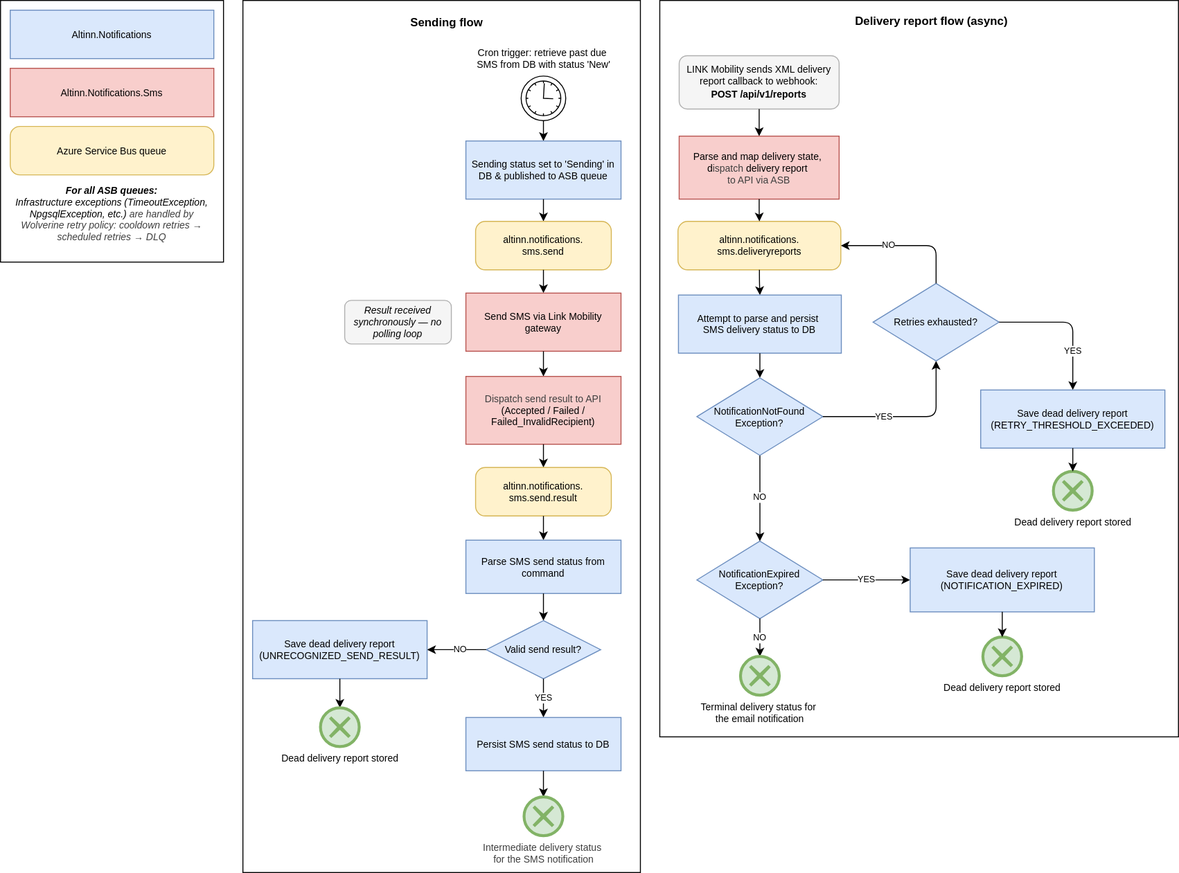
Earlier version of the draw.io export docs/architecture/diagrams/flowchart-sms-notifications-process.svg (Altinn/altinn-notifications). Source tidied: cells renumbered, new cells last; positions are measured from the earlier drawing's top-left corner, leaving out a move shared by most shapes.
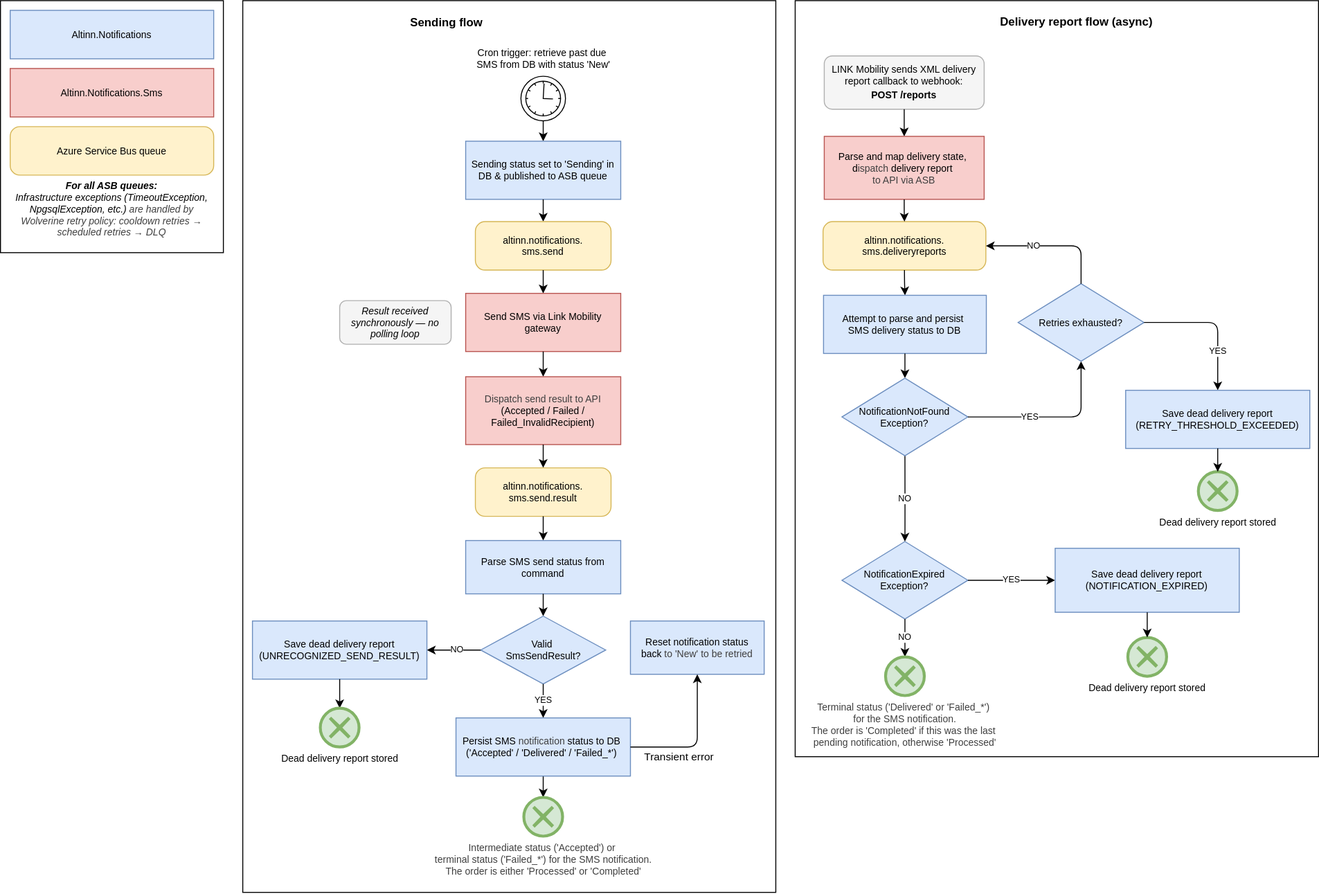
Later version of the same file.

Change to the diagram source:
```diff
@@ -5,9 +5,9 @@
     <mxCell id="2" style="rounded=0;whiteSpace=wrap;html=1;" parent="1" vertex="1">
-      <mxGeometry x="680" width="535" height="760" as="geometry" />
+      <mxGeometry x="820" width="540" height="780" as="geometry" />
     </mxCell>
     <mxCell id="3" style="rounded=0;whiteSpace=wrap;html=1;" parent="1" vertex="1">
-      <mxGeometry x="250" width="410" height="900" as="geometry" />
+      <mxGeometry x="250" width="550" height="920" as="geometry" />
     </mxCell>
     <mxCell id="4" style="rounded=0;whiteSpace=wrap;html=1;" parent="1" vertex="1">
-      <mxGeometry width="230" height="270" as="geometry" />
+      <mxGeometry width="230" height="260" as="geometry" />
     </mxCell>
@@ -17,3 +17,3 @@
     <mxCell id="6" value="&lt;font style=&quot;font-size: 12px;&quot;&gt;Delivery report flow (async)&lt;/font&gt;" style="text;html=1;align=center;verticalAlign=middle;strokeColor=none;fillColor=none;fontSize=11;fontStyle=1;" parent="1" vertex="1">
-      <mxGeometry x="850" y="9" width="220" height="25" as="geometry" />
+      <mxGeometry x="1000" y="9" width="220" height="25" as="geometry" />
     </mxCell>
@@ -29,3 +29,3 @@
     <mxCell id="10" value="&lt;div&gt;&lt;font&gt;&lt;b&gt;For all ASB queues:&lt;/b&gt;&lt;/font&gt;&lt;/div&gt;&lt;font&gt;Infrastructure exceptions (TimeoutException, NpgsqlException, etc.)&amp;nbsp;&lt;/font&gt;&lt;span style=&quot;color: rgb(63, 63, 63); background-color: transparent;&quot;&gt;are handled by Wolverine retry policy:&amp;nbsp;&lt;/span&gt;&lt;span style=&quot;color: rgb(63, 63, 63); background-color: transparent;&quot;&gt;cooldown retries → scheduled retries → DLQ&lt;/span&gt;" style="rounded=1;whiteSpace=wrap;html=1;fontSize=10;fontStyle=2;strokeColor=none;" parent="1" vertex="1">
-      <mxGeometry x="10" y="180" width="210" height="80" as="geometry" />
+      <mxGeometry x="10" y="180" width="210" height="70" as="geometry" />
     </mxCell>
@@ -56,3 +56,3 @@
     <mxCell id="19" value="&lt;font style=&quot;font-size: 10px;&quot;&gt;Result received synchronously — no polling loop&lt;/font&gt;" style="rounded=1;whiteSpace=wrap;html=1;fillColor=#f5f5f5;strokeColor=#b0b0b0;fontSize=9;fontStyle=2;" parent="1" vertex="1">
-      <mxGeometry x="355" y="309.5" width="110" height="45" as="geometry" />
+      <mxGeometry x="350" y="309.5" width="115" height="45" as="geometry" />
     </mxCell>
@@ -79,15 +79,12 @@
     </mxCell>
-    <mxCell id="27" value="Valid send result?" style="rhombus;whiteSpace=wrap;html=1;fontSize=10;fillColor=#dae8fc;strokeColor=#6c8ebf;" parent="1" vertex="1">
-      <mxGeometry x="501" y="640" width="118" height="60" as="geometry" />
+    <mxCell id="27" value="Valid&amp;nbsp;&lt;div&gt;SmsSendResult?&lt;/div&gt;" style="rhombus;whiteSpace=wrap;html=1;fontSize=10;fillColor=#dae8fc;strokeColor=#6c8ebf;" parent="1" vertex="1">
+      <mxGeometry x="495.5" y="635" width="129" height="70" as="geometry" />
     </mxCell>
-    <mxCell id="28" value="YES" style="edgeStyle=orthogonalEdgeStyle;html=1;exitX=0.5;exitY=1;exitDx=0;exitDy=0;fontSize=9;" parent="1" edge="1" source="27" target="29">
+    <mxCell id="28" value="YES" style="edgeStyle=orthogonalEdgeStyle;html=1;exitX=0.5;exitY=1;exitDx=0;exitDy=0;fontSize=9;entryX=0.5;entryY=0;entryDx=0;entryDy=0;" parent="1" edge="1" source="27" target="60">
       <mxGeometry relative="1" as="geometry" />
     </mxCell>
-    <mxCell id="29" value="&lt;font&gt;Persist SMS send status to DB&lt;/font&gt;" style="rounded=0;whiteSpace=wrap;html=1;fillColor=#dae8fc;strokeColor=#6c8ebf;fontSize=10;" parent="1" vertex="1">
-      <mxGeometry x="480" y="740" width="160" height="55" as="geometry" />
-    </mxCell>
-    <mxCell id="30" style="edgeStyle=orthogonalEdgeStyle;html=1;exitX=0.5;exitY=1;exitDx=0;exitDy=0;entryX=0.5;entryY=0;entryDx=0;entryDy=0;entryPerimeter=0;" parent="1" edge="1" source="29" target="31">
+    <mxCell id="30" style="edgeStyle=orthogonalEdgeStyle;html=1;exitX=0.5;exitY=1;exitDx=0;exitDy=0;entryX=0.5;entryY=0;entryDx=0;entryDy=0;entryPerimeter=0;" parent="1" edge="1" source="60" target="31">
       <mxGeometry relative="1" as="geometry" />
     </mxCell>
-    <mxCell id="31" value="&lt;font style=&quot;scrollbar-color: rgb(226, 226, 226) rgb(251, 251, 251); color: rgb(63, 63, 63);&quot;&gt;Intermediate delivery status&amp;nbsp;&lt;/font&gt;&lt;div style=&quot;color: rgb(63, 63, 63); scrollbar-color: rgb(226, 226, 226) rgb(251, 251, 251);&quot;&gt;&lt;font style=&quot;scrollbar-color: rgb(226, 226, 226) rgb(251, 251, 251); color: rgb(63, 63, 63);&quot;&gt;for&amp;nbsp;&lt;/font&gt;&lt;span style=&quot;color: rgb(63, 63, 63); scrollbar-color: rgb(226, 226, 226) rgb(251, 251, 251); background-color: light-dark(rgb(255, 255, 255), rgb(18, 18, 18));&quot;&gt;the SMS notification&lt;/span&gt;&lt;/div&gt;" style="points=[[0.145,0.145,0],[0.5,0,0],[0.855,0.145,0],[1,0.5,0],[0.855,0.855,0],[0.5,1,0],[0.145,0.855,0],[0,0.5,0]];shape=mxgraph.bpmn.event;html=1;verticalLabelPosition=bottom;labelBackgroundColor=#ffffff;verticalAlign=top;align=center;perimeter=ellipsePerimeter;outlineConnect=0;outline=end;symbol=cancel;fontSize=10;fillColor=#d5e8d4;strokeColor=#82b366;" parent="1" vertex="1">
+    <mxCell id="31" value="&lt;font style=&quot;scrollbar-color: rgb(226, 226, 226) rgb(251, 251, 251); color: rgb(63, 63, 63);&quot;&gt;Intermediate status ('Accepted') or&amp;nbsp;&lt;/font&gt;&lt;div style=&quot;color: rgb(63, 63, 63); scrollbar-color: rgb(226, 226, 226) rgb(251, 251, 251);&quot;&gt;&lt;font style=&quot;scrollbar-color: rgb(226, 226, 226) rgb(251, 251, 251); color: rgb(63, 63, 63);&quot;&gt;terminal status ('Failed_*') for &lt;/font&gt;&lt;span style=&quot;color: rgb(63, 63, 63); scrollbar-color: rgb(226, 226, 226) rgb(251, 251, 251); background-color: light-dark(rgb(255, 255, 255), rgb(18, 18, 18));&quot;&gt;the SMS notification.&lt;/span&gt;&lt;/div&gt;&lt;div style=&quot;color: rgb(63, 63, 63); scrollbar-color: rgb(226, 226, 226) rgb(251, 251, 251);&quot;&gt;&lt;span style=&quot;color: rgb(63, 63, 63); scrollbar-color: rgb(226, 226, 226) rgb(251, 251, 251); background-color: light-dark(rgb(255, 255, 255), rgb(18, 18, 18));&quot;&gt;The order is either 'Processed' or 'Completed'&lt;/span&gt;&lt;/div&gt;" style="points=[[0.145,0.145,0],[0.5,0,0],[0.855,0.145,0],[1,0.5,0],[0.855,0.855,0],[0.5,1,0],[0.145,0.855,0],[0,0.5,0]];shape=mxgraph.bpmn.event;html=1;verticalLabelPosition=bottom;labelBackgroundColor=#ffffff;verticalAlign=top;align=center;perimeter=ellipsePerimeter;outlineConnect=0;outline=end;symbol=cancel;fontSize=10;fillColor=#d5e8d4;strokeColor=#82b366;" parent="1" vertex="1">
       <mxGeometry x="540" y="822" width="40" height="40" as="geometry" />
@@ -106,4 +103,4 @@
     </mxCell>
-    <mxCell id="36" value="&lt;font&gt;LINK Mobility sends XML delivery report callback to webhook:&lt;/font&gt;&lt;div&gt;&lt;div&gt;&lt;font&gt;&lt;b style=&quot;line-height: 150%;&quot;&gt;POST /api/v1/reports&lt;/b&gt;&lt;/font&gt;&lt;/div&gt;&lt;/div&gt;" style="rounded=1;whiteSpace=wrap;html=1;fillColor=#f5f5f5;strokeColor=#b0b0b0;fontSize=10;" parent="1" vertex="1">
-      <mxGeometry x="700" y="57" width="165" height="55" as="geometry" />
+    <mxCell id="36" value="&lt;font&gt;LINK Mobility sends XML delivery report callback to webhook:&lt;/font&gt;&lt;div&gt;&lt;div&gt;&lt;font&gt;&lt;b style=&quot;line-height: 150%;&quot;&gt;POST /reports&lt;/b&gt;&lt;/font&gt;&lt;/div&gt;&lt;/div&gt;" style="rounded=1;whiteSpace=wrap;html=1;fillColor=#f5f5f5;strokeColor=#b0b0b0;fontSize=10;" parent="1" vertex="1">
+      <mxGeometry x="850" y="57" width="165" height="55" as="geometry" />
     </mxCell>
@@ -113,6 +110,6 @@
     <mxCell id="38" value="&lt;font&gt;Parse and map delivery state,&amp;nbsp;&lt;/font&gt;&lt;div&gt;&lt;font&gt;d&lt;/font&gt;&lt;span style=&quot;color: rgb(63, 63, 63);&quot;&gt;ispatch&lt;/span&gt;&lt;span style=&quot;background-color: transparent;&quot;&gt;&amp;nbsp;delivery report&amp;nbsp;&lt;/span&gt;&lt;/div&gt;&lt;div&gt;&lt;span style=&quot;color: rgb(63, 63, 63); background-color: transparent;&quot;&gt;to API&amp;nbsp;&lt;/span&gt;&lt;span style=&quot;color: rgb(63, 63, 63); background-color: transparent;&quot;&gt;via ASB&lt;/span&gt;&lt;/div&gt;" style="rounded=0;whiteSpace=wrap;html=1;fillColor=#f8cecc;strokeColor=#b85450;fontSize=10;" parent="1" vertex="1">
-      <mxGeometry x="700" y="140" width="165" height="65" as="geometry" />
+      <mxGeometry x="850" y="140" width="165" height="65" as="geometry" />
     </mxCell>
     <mxCell id="39" value="&lt;font&gt;altinn.notifications.&lt;/font&gt;&lt;div&gt;&lt;font&gt;sms.deliveryreports&lt;/font&gt;&lt;/div&gt;" style="rounded=1;whiteSpace=wrap;html=1;fillColor=#fff2cc;strokeColor=#d6b656;arcSize=20;fontSize=10;" parent="1" vertex="1">
-      <mxGeometry x="698.8" y="228" width="168" height="50" as="geometry" />
+      <mxGeometry x="848.8" y="228" width="168" height="50" as="geometry" />
     </mxCell>
@@ -122,3 +119,3 @@
     <mxCell id="41" value="&lt;font&gt;Attempt to parse and persist&amp;nbsp;&lt;/font&gt;&lt;div&gt;&lt;font&gt;SMS delivery status to DB&lt;/font&gt;&lt;/div&gt;" style="rounded=0;whiteSpace=wrap;html=1;fillColor=#dae8fc;strokeColor=#6c8ebf;fontSize=10;" parent="1" vertex="1">
-      <mxGeometry x="699.2" y="304" width="168" height="60" as="geometry" />
+      <mxGeometry x="849.2" y="304" width="168" height="60" as="geometry" />
     </mxCell>
@@ -128,3 +125,3 @@
     <mxCell id="43" value="&lt;font&gt;NotificationExpired&lt;/font&gt;&lt;div&gt;&lt;font&gt;Exception?&lt;/font&gt;&lt;/div&gt;" style="rhombus;whiteSpace=wrap;html=1;fontSize=10;fillColor=#dae8fc;strokeColor=#6c8ebf;" parent="1" vertex="1">
-      <mxGeometry x="718.2" y="558" width="130" height="80" as="geometry" />
+      <mxGeometry x="868.2" y="558" width="130" height="80" as="geometry" />
     </mxCell>
@@ -136,4 +133,4 @@
         <Array as="points">
-          <mxPoint x="783.2" y="534" />
-          <mxPoint x="783.2" y="534" />
+          <mxPoint x="933.2" y="534" />
+          <mxPoint x="933.2" y="534" />
         </Array>
@@ -142,6 +139,6 @@
     <mxCell id="46" value="&lt;font&gt;Save dead delivery report&lt;/font&gt;&lt;div&gt;&lt;font&gt;(NOTIFICATION_EXPIRED)&lt;/font&gt;&lt;/div&gt;" style="rounded=0;whiteSpace=wrap;html=1;fillColor=#dae8fc;strokeColor=#6c8ebf;fontSize=10;" parent="1" vertex="1">
-      <mxGeometry x="938.2" y="565" width="190" height="66" as="geometry" />
+      <mxGeometry x="1088.2" y="565" width="190" height="66" as="geometry" />
     </mxCell>
     <mxCell id="47" value="&lt;font&gt;Dead delivery report stored&lt;/font&gt;" style="points=[[0.145,0.145,0],[0.5,0,0],[0.855,0.145,0],[1,0.5,0],[0.855,0.855,0],[0.5,1,0],[0.145,0.855,0],[0,0.5,0]];shape=mxgraph.bpmn.event;html=1;verticalLabelPosition=bottom;labelBackgroundColor=#ffffff;verticalAlign=top;align=center;perimeter=ellipsePerimeter;outlineConnect=0;outline=end;symbol=cancel;fillColor=#d5e8d4;strokeColor=#82b366;fontSize=10;" parent="1" vertex="1">
-      <mxGeometry x="1013.2" y="657" width="40" height="40" as="geometry" />
+      <mxGeometry x="1163.2" y="657" width="40" height="40" as="geometry" />
     </mxCell>
@@ -151,3 +148,3 @@
     <mxCell id="49" value="&lt;font&gt;NotificationNotFound&lt;/font&gt;&lt;div&gt;&lt;font&gt;Exception?&lt;/font&gt;&lt;/div&gt;" style="rhombus;whiteSpace=wrap;html=1;fontSize=10;fillColor=#dae8fc;strokeColor=#6c8ebf;" parent="1" vertex="1">
-      <mxGeometry x="718.2" y="389.5" width="130" height="80" as="geometry" />
+      <mxGeometry x="868.2" y="389.5" width="130" height="80" as="geometry" />
     </mxCell>
@@ -160,3 +157,3 @@
     <mxCell id="52" value="&lt;font&gt;Retries exhausted?&lt;/font&gt;" style="rhombus;whiteSpace=wrap;html=1;fontSize=10;fillColor=#dae8fc;strokeColor=#6c8ebf;" parent="1" vertex="1">
-      <mxGeometry x="900" y="292" width="130" height="80" as="geometry" />
+      <mxGeometry x="1050" y="292" width="130" height="80" as="geometry" />
     </mxCell>
@@ -168,3 +165,3 @@
         <Array as="points">
-          <mxPoint x="965" y="253" />
+          <mxPoint x="1115" y="253" />
         </Array>
@@ -173,6 +170,6 @@
     <mxCell id="55" value="&lt;font&gt;Save dead delivery report&lt;/font&gt;&lt;div&gt;&lt;font&gt;(RETRY_THRESHOLD_EXCEEDED)&lt;/font&gt;&lt;/div&gt;" style="rounded=0;whiteSpace=wrap;html=1;fillColor=#dae8fc;strokeColor=#6c8ebf;fontSize=10;" parent="1" vertex="1">
-      <mxGeometry x="1011" y="402" width="190" height="60" as="geometry" />
+      <mxGeometry x="1161" y="402" width="190" height="60" as="geometry" />
     </mxCell>
     <mxCell id="56" value="&lt;font&gt;Dead delivery report stored&lt;/font&gt;" style="points=[[0.145,0.145,0],[0.5,0,0],[0.855,0.145,0],[1,0.5,0],[0.855,0.855,0],[0.5,1,0],[0.145,0.855,0],[0,0.5,0]];shape=mxgraph.bpmn.event;html=1;verticalLabelPosition=bottom;labelBackgroundColor=#ffffff;verticalAlign=top;align=center;perimeter=ellipsePerimeter;outlineConnect=0;outline=end;symbol=cancel;fillColor=#d5e8d4;strokeColor=#82b366;fontSize=10;" parent="1" vertex="1">
-      <mxGeometry x="1086" y="486" width="40" height="40" as="geometry" />
+      <mxGeometry x="1236" y="486" width="40" height="40" as="geometry" />
     </mxCell>
@@ -181,4 +178,4 @@
     </mxCell>
-    <mxCell id="58" value="&lt;font&gt;Terminal delivery status for&amp;nbsp;&lt;/font&gt;&lt;div&gt;&lt;font&gt;the email notification&lt;/font&gt;&lt;/div&gt;" style="points=[[0.145,0.145,0],[0.5,0,0],[0.855,0.145,0],[1,0.5,0],[0.855,0.855,0],[0.5,1,0],[0.145,0.855,0],[0,0.5,0]];shape=mxgraph.bpmn.event;html=1;verticalLabelPosition=bottom;labelBackgroundColor=#ffffff;verticalAlign=top;align=center;perimeter=ellipsePerimeter;outlineConnect=0;outline=end;symbol=cancel;fillColor=#d5e8d4;strokeColor=#82b366;fontSize=10;" parent="1" vertex="1">
-      <mxGeometry x="763.2" y="677" width="40" height="40" as="geometry" />
+    <mxCell id="58" value="&lt;font style=&quot;color: rgb(63, 63, 63); scrollbar-color: rgb(226, 226, 226) rgb(251, 251, 251);&quot;&gt;Terminal status ('Delivered' or 'Failed_*'&lt;/font&gt;&lt;font style=&quot;scrollbar-color: rgb(226, 226, 226) rgb(251, 251, 251); background-color: light-dark(rgb(255, 255, 255), rgb(18, 18, 18)); color: rgb(63, 63, 63);&quot;&gt;)&amp;nbsp;&lt;/font&gt;&lt;div style=&quot;color: rgb(63, 63, 63); scrollbar-color: rgb(226, 226, 226) rgb(251, 251, 251);&quot;&gt;&lt;font style=&quot;scrollbar-color: rgb(226, 226, 226) rgb(251, 251, 251); background-color: light-dark(rgb(255, 255, 255), rgb(18, 18, 18)); color: rgb(63, 63, 63);&quot;&gt;for the SMS&amp;nbsp;&lt;/font&gt;&lt;span style=&quot;scrollbar-color: rgb(226, 226, 226) rgb(251, 251, 251); background-color: light-dark(rgb(255, 255, 255), rgb(18, 18, 18)); color: rgb(63, 63, 63);&quot;&gt;notification.&lt;/span&gt;&lt;div style=&quot;color: rgb(63, 63, 63); scrollbar-color: rgb(226, 226, 226) rgb(251, 251, 251);&quot;&gt;&lt;span style=&quot;scrollbar-color: rgb(226, 226, 226) rgb(251, 251, 251); background-color: light-dark(rgb(255, 255, 255), rgb(18, 18, 18)); color: rgb(63, 63, 63);&quot;&gt;The order is 'Completed' if this was the last&amp;nbsp;&lt;/span&gt;&lt;/div&gt;&lt;div style=&quot;color: rgb(63, 63, 63); scrollbar-color: rgb(226, 226, 226) rgb(251, 251, 251);&quot;&gt;&lt;font style=&quot;color: rgb(63, 63, 63); scrollbar-color: rgb(226, 226, 226) rgb(251, 251, 251);&quot;&gt;pending notification, otherwise 'Processed'&lt;/font&gt;&lt;/div&gt;&lt;/div&gt;" style="points=[[0.145,0.145,0],[0.5,0,0],[0.855,0.145,0],[1,0.5,0],[0.855,0.855,0],[0.5,1,0],[0.145,0.855,0],[0,0.5,0]];shape=mxgraph.bpmn.event;html=1;verticalLabelPosition=bottom;labelBackgroundColor=#ffffff;verticalAlign=top;align=center;perimeter=ellipsePerimeter;outlineConnect=0;outline=end;symbol=cancel;fillColor=#d5e8d4;strokeColor=#82b366;fontSize=10;" parent="1" vertex="1">
+      <mxGeometry x="913.2" y="677" width="40" height="40" as="geometry" />
     </mxCell>
@@ -187,2 +184,20 @@
     </mxCell>
+    <mxCell id="60" value="&lt;font&gt;Persist SMS&lt;/font&gt;&lt;span style=&quot;color: rgb(63, 63, 63); background-color: transparent;&quot;&gt;&amp;nbsp;notification&amp;nbsp;&lt;/span&gt;&lt;span style=&quot;background-color: transparent;&quot;&gt;status to DB&amp;nbsp;&lt;/span&gt;&lt;div&gt;&lt;span style=&quot;background-color: transparent;&quot;&gt;('Accepted' / 'Delivered' / 'Failed_*')&amp;nbsp;&lt;/span&gt;&lt;/div&gt;" style="rounded=0;whiteSpace=wrap;html=1;fillColor=#dae8fc;strokeColor=#6c8ebf;fontSize=10;" parent="1" vertex="1">
+      <mxGeometry x="470" y="740" width="180" height="60" as="geometry" />
+    </mxCell>
+    <mxCell id="61" value="Reset notification status&lt;div&gt;back&amp;nbsp;&lt;span style=&quot;color: rgb(63, 63, 63); background-color: transparent;&quot;&gt;to&amp;nbsp;&lt;/span&gt;&lt;span style=&quot;background-color: transparent; color: rgb(63, 63, 63);&quot;&gt;'New' to be retried&lt;/span&gt;&lt;/div&gt;" style="rounded=0;whiteSpace=wrap;html=1;fillColor=#dae8fc;strokeColor=#6c8ebf;fontSize=10;" parent="1" vertex="1">
+      <mxGeometry x="650" y="640" width="138" height="55" as="geometry" />
+    </mxCell>
+    <mxCell id="62" style="edgeStyle=orthogonalEdgeStyle;html=1;fontSize=9;entryX=0.5;entryY=1;entryDx=0;entryDy=0;exitX=1;exitY=0.5;exitDx=0;exitDy=0;" parent="1" edge="1" source="60" target="61">
+      <mxGeometry x="0.17" relative="1" as="geometry">
+        <Array as="points">
+          <mxPoint x="719" y="770" />
+        </Array>
+      </mxGeometry>
+    </mxCell>
+    <mxCell id="63" value="Transient error" style="edgeLabel;html=1;align=center;verticalAlign=middle;" parent="62" vertex="1">
+      <mxGeometry x="-0.24" y="1" relative="1" as="geometry">
+        <mxPoint x="-5" y="11" as="offset" />
+      </mxGeometry>
+    </mxCell>
   </root>
```
